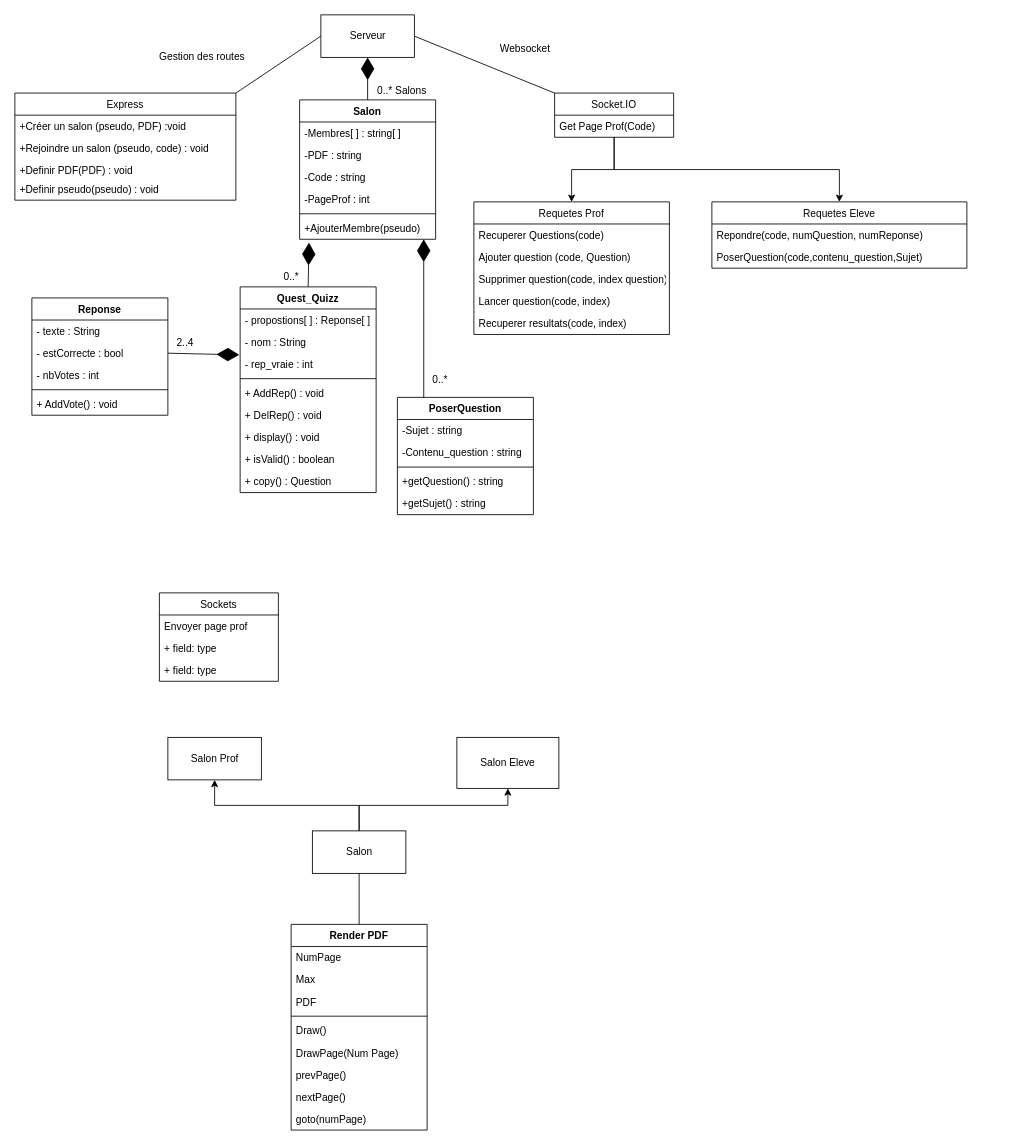
Earlier version of the draw.io diagram docs/diagram_de_classe.drawio (ProbablyClem/ShareMyPDF). Source tidied: cells renumbered, new cells numbered last; positions are measured from the earlier drawing's top-left corner, leaving out a move shared by most shapes. Both pictures are drawn from the tidied source at 85%, with x=0, y=0 at pixel (14, 14).
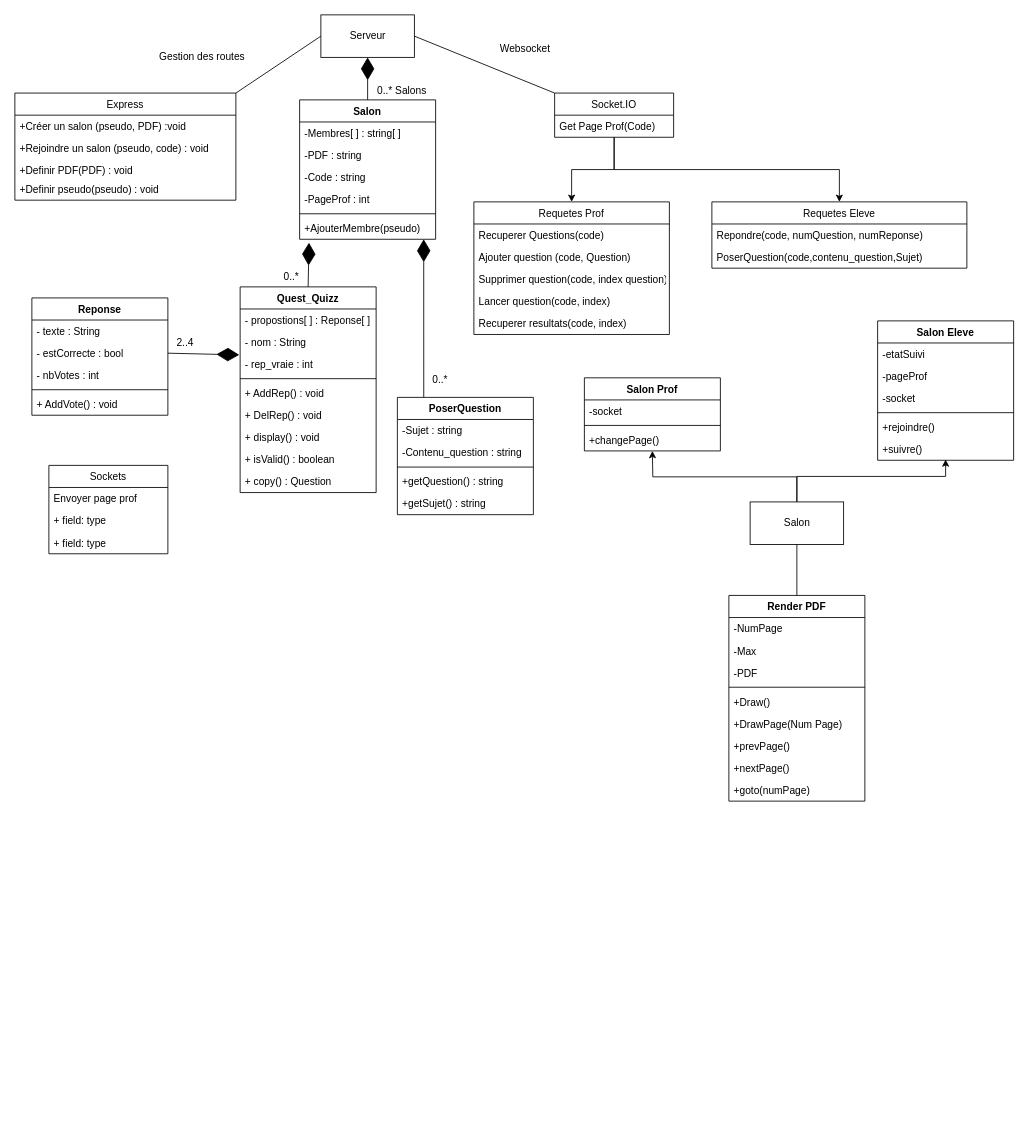
Above is the later version.

Commit message:
dc partie pdf

What changed in the source:
```diff
@@
-    <mxCell id="52" style="edgeStyle=orthogonalEdgeStyle;rounded=0;jettySize=auto;html=1;exitX=0.5;exitY=0;exitDx=0;exitDy=0;entryX=0.5;entryY=1;entryDx=0;entryDy=0;" parent="1" edge="1" source="54" target="68">
-      <mxGeometry relative="1" as="geometry" />
+    <mxCell id="52" style="edgeStyle=orthogonalEdgeStyle;rounded=0;jettySize=auto;html=1;exitX=0.5;exitY=0;exitDx=0;exitDy=0;entryX=0.5;entryY=1;entryDx=0;entryDy=0;" parent="1" edge="1" source="54">
+      <mxGeometry relative="1" as="geometry">
+        <mxPoint x="750" y="513" as="targetPoint" />
+      </mxGeometry>
     </mxCell>
-    <mxCell id="53" style="edgeStyle=orthogonalEdgeStyle;rounded=0;jettySize=auto;html=1;exitX=0.5;exitY=0;exitDx=0;exitDy=0;entryX=0.5;entryY=1;entryDx=0;entryDy=0;" parent="1" edge="1" source="54" target="69">
+    <mxCell id="53" style="edgeStyle=orthogonalEdgeStyle;rounded=0;jettySize=auto;html=1;exitX=0.5;exitY=0;exitDx=0;exitDy=0;entryX=0.5;entryY=1;entryDx=0;entryDy=0;" parent="1" edge="1" source="54">
       <mxGeometry relative="1" as="geometry">
+        <mxPoint x="1095" y="523" as="targetPoint" />
         <Array as="points">
-          <mxPoint x="405" y="930" />
-          <mxPoint x="580" y="930" />
+          <mxPoint x="920" y="543" />
+          <mxPoint x="1095" y="543" />
         </Array>
       </mxGeometry>
     </mxCell>
     <mxCell id="54" value="Salon" style="html=1;" parent="1" vertex="1">
-      <mxGeometry x="350" y="960" width="110" height="50" as="geometry" />
+      <mxGeometry x="865" y="573" width="110" height="50" as="geometry" />
     </mxCell>
     <mxCell id="55" value="Render PDF" style="swimlane;fontStyle=1;align=center;verticalAlign=top;horizontal=1;startSize=26;" parent="1" vertex="1">
-      <mxGeometry x="325" y="1070" width="160" height="242" as="geometry" />
+      <mxGeometry x="840" y="683" width="160" height="242" as="geometry" />
     </mxCell>
-    <mxCell id="56" value="NumPage&#10;" style="text;strokeColor=none;fillColor=none;align=left;verticalAlign=top;spacingLeft=4;spacingRight=4;overflow=hidden;" parent="55" vertex="1">
+    <mxCell id="56" value="-NumPage&#10;" style="text;strokeColor=none;fillColor=none;align=left;verticalAlign=top;spacingLeft=4;spacingRight=4;overflow=hidden;" parent="55" vertex="1">
       <mxGeometry y="26" width="160" height="26" as="geometry" />
     </mxCell>
-    <mxCell id="57" value="Max&#10;" style="text;strokeColor=none;fillColor=none;align=left;verticalAlign=top;spacingLeft=4;spacingRight=4;overflow=hidden;" parent="55" vertex="1">
+    <mxCell id="57" value="-Max&#10;" style="text;strokeColor=none;fillColor=none;align=left;verticalAlign=top;spacingLeft=4;spacingRight=4;overflow=hidden;" parent="55" vertex="1">
       <mxGeometry y="52" width="160" height="26" as="geometry" />
     </mxCell>
-    <mxCell id="58" value="PDF" style="text;strokeColor=none;fillColor=none;align=left;verticalAlign=top;spacingLeft=4;spacingRight=4;overflow=hidden;" parent="55" vertex="1">
+    <mxCell id="58" value="-PDF" style="text;strokeColor=none;fillColor=none;align=left;verticalAlign=top;spacingLeft=4;spacingRight=4;overflow=hidden;" parent="55" vertex="1">
       <mxGeometry y="78" width="160" height="26" as="geometry" />
     </mxCell>
@@
-    <mxCell id="60" value="Draw()" style="text;strokeColor=none;fillColor=none;align=left;verticalAlign=top;spacingLeft=4;spacingRight=4;overflow=hidden;" parent="55" vertex="1">
+    <mxCell id="60" value="+Draw()" style="text;strokeColor=none;fillColor=none;align=left;verticalAlign=top;spacingLeft=4;spacingRight=4;overflow=hidden;" parent="55" vertex="1">
       <mxGeometry y="112" width="160" height="26" as="geometry" />
     </mxCell>
-    <mxCell id="61" value="DrawPage(Num Page)" style="text;strokeColor=none;fillColor=none;align=left;verticalAlign=top;spacingLeft=4;spacingRight=4;overflow=hidden;" parent="55" vertex="1">
+    <mxCell id="61" value="+DrawPage(Num Page)" style="text;strokeColor=none;fillColor=none;align=left;verticalAlign=top;spacingLeft=4;spacingRight=4;overflow=hidden;" parent="55" vertex="1">
       <mxGeometry y="138" width="160" height="26" as="geometry" />
     </mxCell>
-    <mxCell id="62" value="prevPage()" style="text;strokeColor=none;fillColor=none;align=left;verticalAlign=top;spacingLeft=4;spacingRight=4;overflow=hidden;" parent="55" vertex="1">
+    <mxCell id="62" value="+prevPage()" style="text;strokeColor=none;fillColor=none;align=left;verticalAlign=top;spacingLeft=4;spacingRight=4;overflow=hidden;" parent="55" vertex="1">
       <mxGeometry y="164" width="160" height="26" as="geometry" />
     </mxCell>
-    <mxCell id="63" value="nextPage()" style="text;strokeColor=none;fillColor=none;align=left;verticalAlign=top;spacingLeft=4;spacingRight=4;overflow=hidden;" parent="55" vertex="1">
+    <mxCell id="63" value="+nextPage()" style="text;strokeColor=none;fillColor=none;align=left;verticalAlign=top;spacingLeft=4;spacingRight=4;overflow=hidden;" parent="55" vertex="1">
       <mxGeometry y="190" width="160" height="26" as="geometry" />
     </mxCell>
-    <mxCell id="64" value="goto(numPage)" style="text;strokeColor=none;fillColor=none;align=left;verticalAlign=top;spacingLeft=4;spacingRight=4;overflow=hidden;" parent="55" vertex="1">
+    <mxCell id="64" value="+goto(numPage)" style="text;strokeColor=none;fillColor=none;align=left;verticalAlign=top;spacingLeft=4;spacingRight=4;overflow=hidden;" parent="55" vertex="1">
       <mxGeometry y="216" width="160" height="26" as="geometry" />
     </mxCell>
@@
-    <mxCell id="68" value="Salon Prof" style="html=1;" parent="1" vertex="1">
-      <mxGeometry x="180" y="850" width="110" height="50" as="geometry" />
-    </mxCell>
-    <mxCell id="69" value="Salon Eleve" style="whiteSpace=wrap;html=1;" parent="1" vertex="1">
-      <mxGeometry x="520" y="850" width="120" height="60" as="geometry" />
-    </mxCell>
     <mxCell id="70" value="Sockets" style="swimlane;fontStyle=0;horizontal=1;startSize=26;fillColor=none;" parent="1" vertex="1">
-      <mxGeometry x="170" y="680" width="140" height="104" as="geometry" />
+      <mxGeometry x="40" y="530" width="140" height="104" as="geometry" />
     </mxCell>
@@
+    <mxCell id="68" value="Salon Prof" style="swimlane;fontStyle=1;align=center;verticalAlign=top;horizontal=1;startSize=26;" parent="1" vertex="1">
+      <mxGeometry x="670" y="427" width="160" height="86" as="geometry" />
+    </mxCell>
+    <mxCell id="82" value="-socket" style="text;strokeColor=none;fillColor=none;align=left;verticalAlign=top;spacingLeft=4;spacingRight=4;overflow=hidden;" parent="68" vertex="1">
+      <mxGeometry y="26" width="160" height="26" as="geometry" />
+    </mxCell>
+    <mxCell id="83" style="line;strokeWidth=1;fillColor=none;align=left;verticalAlign=middle;spacingTop=-1;spacingLeft=3;spacingRight=3;labelPosition=right;" parent="68" vertex="1">
+      <mxGeometry y="52" width="160" height="8" as="geometry" />
+    </mxCell>
+    <mxCell id="84" value="+changePage()" style="text;strokeColor=none;fillColor=none;align=left;verticalAlign=top;spacingLeft=4;spacingRight=4;overflow=hidden;" parent="68" vertex="1">
+      <mxGeometry y="60" width="160" height="26" as="geometry" />
+    </mxCell>
+    <mxCell id="69" value="Salon Eleve" style="swimlane;fontStyle=1;align=center;verticalAlign=top;horizontal=1;startSize=26;" parent="1" vertex="1">
+      <mxGeometry x="1015" y="360" width="160" height="164" as="geometry" />
+    </mxCell>
+    <mxCell id="85" value="-etatSuivi" style="text;strokeColor=none;fillColor=none;align=left;verticalAlign=top;spacingLeft=4;spacingRight=4;overflow=hidden;" parent="69" vertex="1">
+      <mxGeometry y="26" width="160" height="26" as="geometry" />
+    </mxCell>
+    <mxCell id="86" value="-pageProf" style="text;strokeColor=none;fillColor=none;align=left;verticalAlign=top;spacingLeft=4;spacingRight=4;overflow=hidden;" parent="69" vertex="1">
+      <mxGeometry y="52" width="160" height="26" as="geometry" />
+    </mxCell>
+    <mxCell id="87" value="-socket" style="text;strokeColor=none;fillColor=none;align=left;verticalAlign=top;spacingLeft=4;spacingRight=4;overflow=hidden;" parent="69" vertex="1">
+      <mxGeometry y="78" width="160" height="26" as="geometry" />
+    </mxCell>
+    <mxCell id="88" style="line;strokeWidth=1;fillColor=none;align=left;verticalAlign=middle;spacingTop=-1;spacingLeft=3;spacingRight=3;labelPosition=right;" parent="69" vertex="1">
+      <mxGeometry y="104" width="160" height="8" as="geometry" />
+    </mxCell>
+    <mxCell id="89" value="+rejoindre()" style="text;strokeColor=none;fillColor=none;align=left;verticalAlign=top;spacingLeft=4;spacingRight=4;overflow=hidden;" parent="69" vertex="1">
+      <mxGeometry y="112" width="160" height="26" as="geometry" />
+    </mxCell>
+    <mxCell id="90" value="+suivre()" style="text;strokeColor=none;fillColor=none;align=left;verticalAlign=top;spacingLeft=4;spacingRight=4;overflow=hidden;" parent="69" vertex="1">
+      <mxGeometry y="138" width="160" height="26" as="geometry" />
+    </mxCell>
```
